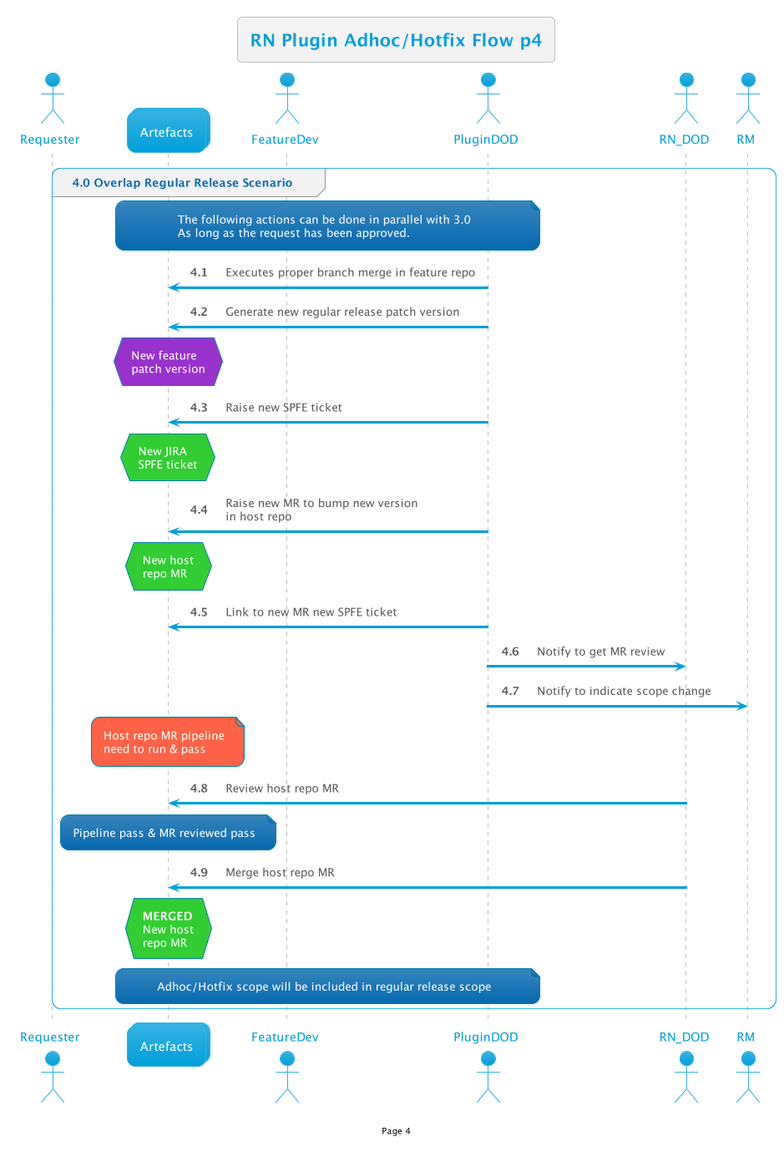
Above: out/RNReview/AdhocHotfixFlow/4/4.png in thetomitomo/diagrams (PlantUML), before the change.
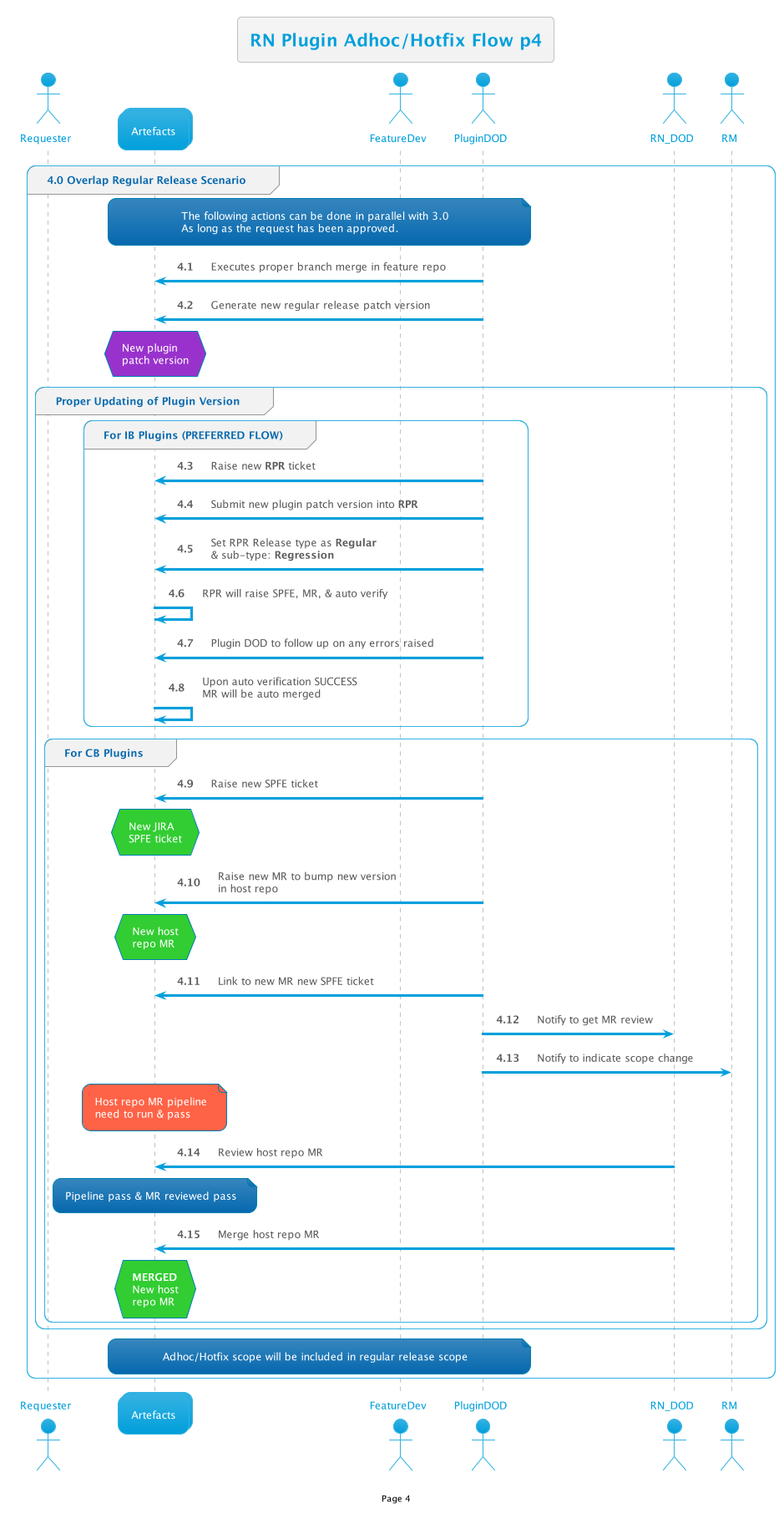
After the change.

What changed in the source:
```diff
@@ -8,24 +8,38 @@
     note over Art,PluginDOD: The following actions can be done in parallel with 3.0\nAs long as the request has been approved.
     PluginDOD -> Art: Executes proper branch merge in feature repo
     PluginDOD -> Art: Generate new regular release patch version
-    hnote over Art#DarkOrchid:New feature\npatch version
+    hnote over Art#DarkOrchid:New plugin\npatch version
 
-    PluginDOD -> Art: Raise new SPFE ticket
-    hnote over Art#LimeGreen: New JIRA\nSPFE ticket
+    group Proper Updating of Plugin Version
+        group For IB Plugins (PREFERRED FLOW)
+            PluginDOD -> Art: Raise new **RPR** ticket
+            PluginDOD -> Art: Submit new plugin patch version into **RPR**
+            PluginDOD -> Art: Set RPR Release type as **Regular**\n& sub-type: **Regression**
+            Art -> Art: RPR will raise SPFE, MR, & auto verify
+            PluginDOD -> Art: Plugin DOD to follow up on any errors raised
+            Art -> Art: Upon auto verification SUCCESS\nMR will be auto merged
 
-    PluginDOD -> Art: Raise new MR to bump new version\nin host repo
+        end
+        group For CB Plugins
+            PluginDOD -> Art: Raise new SPFE ticket
+            hnote over Art#LimeGreen: New JIRA\nSPFE ticket
 
-    hnote over Art#LimeGreen: New host\nrepo MR
-    PluginDOD -> Art: Link to new MR new SPFE ticket
+            PluginDOD -> Art: Raise new MR to bump new version\nin host repo
 
-    PluginDOD -> RN_DOD: Notify to get MR review
-    PluginDOD -> RM: Notify to indicate scope change
+            hnote over Art#LimeGreen: New host\nrepo MR
+            PluginDOD -> Art: Link to new MR new SPFE ticket
 
-    note over Art#Tomato: Host repo MR pipeline\nneed to run & pass
-    RN_DOD -> Art: Review host repo MR
-    note over Art: Pipeline pass & MR reviewed pass
-    RN_DOD -> Art: Merge host repo MR
-    hnote over Art#LimeGreen: <b>MERGED\nNew host\nrepo MR
+            PluginDOD -> RN_DOD: Notify to get MR review
+            PluginDOD -> RM: Notify to indicate scope change
+
+            note over Art#Tomato: Host repo MR pipeline\nneed to run & pass
+            RN_DOD -> Art: Review host repo MR
+            note over Art: Pipeline pass & MR reviewed pass
+            RN_DOD -> Art: Merge host repo MR
+            hnote over Art#LimeGreen: <b>MERGED\nNew host\nrepo MR
+        end
+    end
+
 
     note over Art,PluginDOD: Adhoc/Hotfix scope will be included in regular release scope
 end
```
